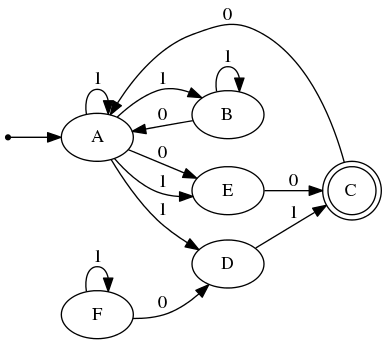
Above: Digraph.gv.png in eloywilliams/CineX (Graphviz), before the change. Its source is kept beside it as Digraph.gv. Source of this version:
```dot
digraph {
	graph [rankdir=LR]
		ini [shape=point]
		A
			ini -> A
		B
		C [shape=doublecircle]
		E
		F
			A -> B [label=1]
			A -> E [label=0]
			A -> E [label=1]
			A -> A [label=1]
			A -> D [label=1]
			F -> F [label=1]
			D -> C [label=1]
			B -> A [label=0]
			E -> C [label=0]
			F -> D [label=0]
			C -> A [label=0]
			B -> B [label=1]
}
```
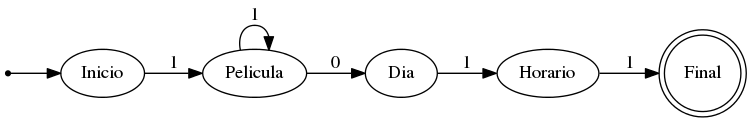
After the change.

What changed in the source:
```diff
@@ -1,22 +1,15 @@
 digraph {
 	graph [rankdir=LR]
 		ini [shape=point]
-		A
-			ini -> A
-		B
-		C [shape=doublecircle]
-		E
-		F
-			A -> B [label=1]
-			A -> E [label=0]
-			A -> E [label=1]
-			A -> A [label=1]
-			A -> D [label=1]
-			F -> F [label=1]
-			D -> C [label=1]
-			B -> A [label=0]
-			E -> C [label=0]
-			F -> D [label=0]
-			C -> A [label=0]
-			B -> B [label=1]
+		Inicio
+			ini -> Inicio
+		Pelicula
+		Dia
+		Horario
+		Final [shape=doublecircle]
+			Inicio -> Pelicula [label=1]
+			Pelicula -> Dia [label=0]
+			Pelicula -> Pelicula [label=1]
+			Dia -> Horario [label=1]
+			Horario -> Final [label=1]
 }
```
